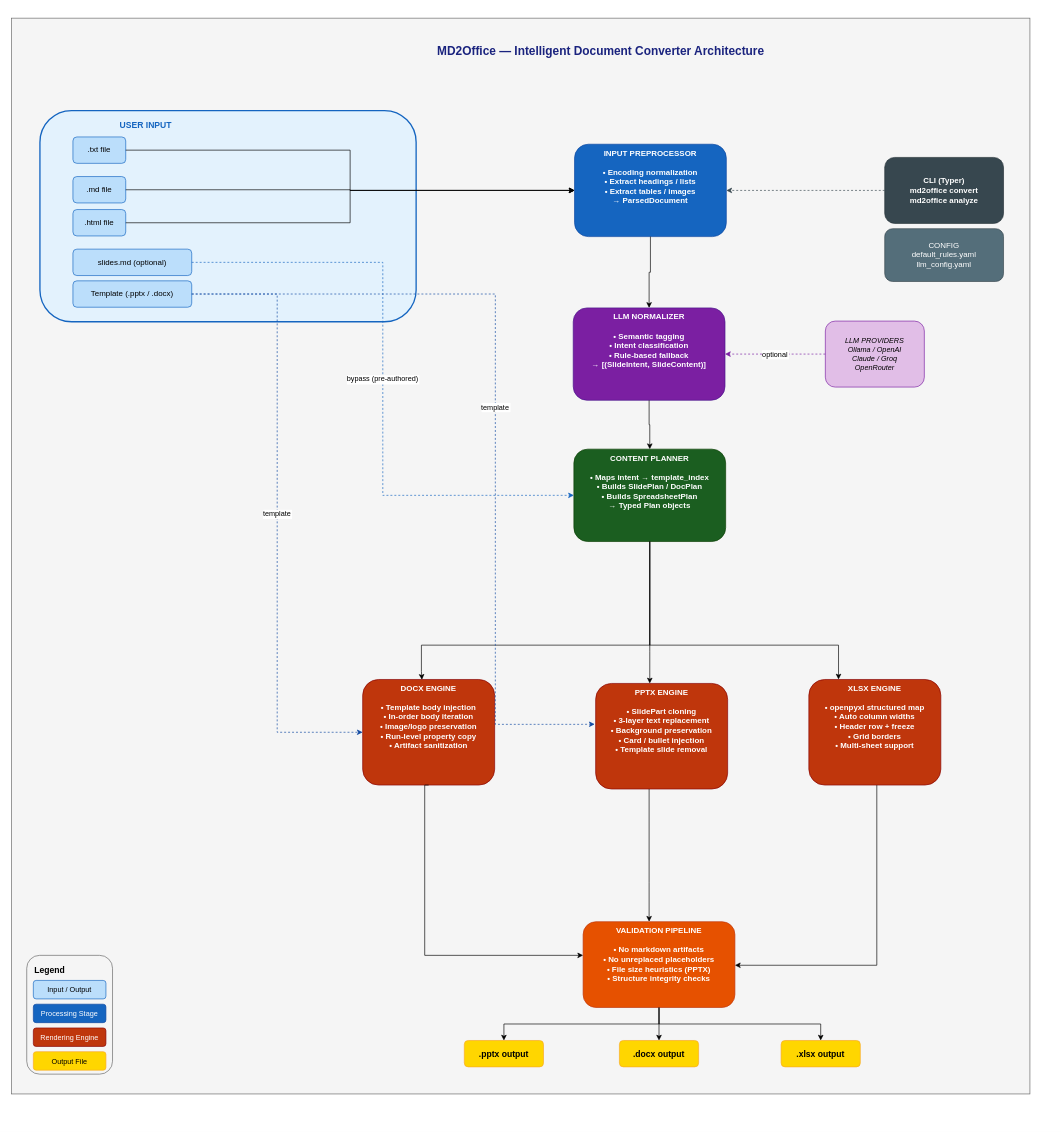
Above: docs/architecture.drawio in sage-khan/text2officeprocessor (draw.io), before the change. Source tidied: cells renumbered, new cells numbered last; positions are measured from the earlier drawing's top-left corner, leaving out a move shared by most shapes. Both pictures are drawn from the tidied source at 66%, with x=0, y=0 at pixel (11, 18).
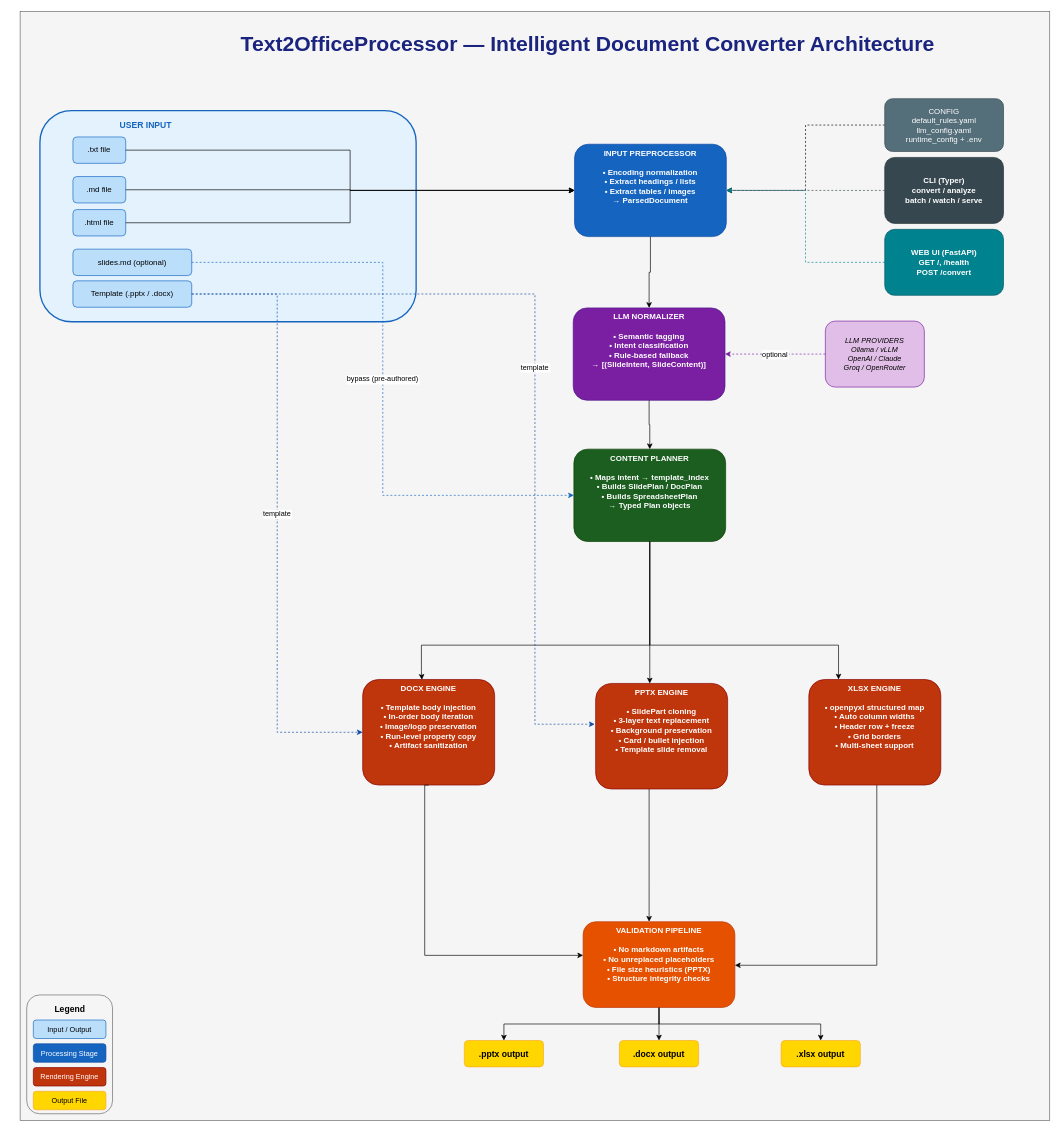
After the change.

Unchanged cells that the change refers to:
```xml
<mxCell id="9" value="Template (.pptx / .docx)" style="rounded=1;whiteSpace=wrap;html=1;fillColor=#bbdefb;strokeColor=#1565c0;fontSize=12;" parent="1" vertex="1">
  <mxGeometry x="93" y="398" width="180" height="40" as="geometry" />
</mxCell>
<mxCell id="11" value="INPUT PREPROCESSOR&#10;&#10;• Encoding normalization&#10;• Extract headings / lists&#10;• Extract tables / images&#10;→ ParsedDocument" style="rounded=1;whiteSpace=wrap;html=1;fillColor=#1565c0;strokeColor=#0d47a1;fontColor=#ffffff;fontSize=12;fontStyle=1;verticalAlign=top;" parent="1" vertex="1">
  <mxGeometry x="853" y="191" width="230" height="140" as="geometry" />
</mxCell>
<mxCell id="22" value="PPTX ENGINE&#10;&#10;• SlidePart cloning&#10;• 3-layer text replacement&#10;• Background preservation&#10;• Card / bullet injection&#10;• Template slide removal" style="rounded=1;whiteSpace=wrap;html=1;fillColor=#bf360c;strokeColor=#870000;fontColor=#ffffff;fontSize=12;fontStyle=1;verticalAlign=top;" parent="1" vertex="1">
  <mxGeometry x="885" y="1008" width="200" height="160" as="geometry" />
</mxCell>
```

The edit, as a diff of the source:
```diff
@@
     <mxCell id="2" style="rounded=0;whiteSpace=wrap;html=1;fillColor=#f5f5f5;fontColor=#333333;strokeColor=#666666;" parent="1" vertex="1">
-      <mxGeometry width="1543" height="1630" as="geometry" />
+      <mxGeometry x="13" y="-10" width="1560" height="1680" as="geometry" />
     </mxCell>
-    <mxCell id="3" value="MD2Office — Intelligent Document Converter Architecture" style="text;html=1;strokeColor=none;fillColor=none;align=center;verticalAlign=middle;whiteSpace=wrap;rounded=0;fontSize=18;fontStyle=1;fontColor=#1a237e;" parent="1" vertex="1">
-      <mxGeometry x="293" y="30" width="1200" height="40" as="geometry" />
+    <mxCell id="3" value="&lt;font style=&quot;font-size: 32px;&quot;&gt;Text2OfficeProcessor — Intelligent Document Converter Architecture&lt;/font&gt;" style="text;html=1;strokeColor=none;fillColor=none;align=center;verticalAlign=middle;whiteSpace=wrap;rounded=0;fontSize=18;fontStyle=1;fontColor=#1a237e;" parent="1" vertex="1">
+      <mxGeometry x="273" y="20" width="1200" height="40" as="geometry" />
     </mxCell>
@@
-    <mxCell id="17" value="LLM PROVIDERS&#10;Ollama / OpenAI&#10;Claude / Groq&#10;OpenRouter" style="rounded=1;whiteSpace=wrap;html=1;fillColor=#e1bee7;strokeColor=#7b1fa2;fontSize=11;fontStyle=2;" parent="1" vertex="1">
+    <mxCell id="17" value="LLM PROVIDERS&#10;Ollama / vLLM&#10;OpenAI / Claude&#10;Groq / OpenRouter" style="rounded=1;whiteSpace=wrap;html=1;fillColor=#e1bee7;strokeColor=#7b1fa2;fontSize=11;fontStyle=2;" parent="1" vertex="1">
       <mxGeometry x="1233" y="459" width="150" height="100" as="geometry" />
     </mxCell>
@@
     <mxCell id="28" value="template" style="edgeStyle=orthogonalEdgeStyle;rounded=0;dashed=1;strokeColor=#0d47a1;entryX=-0.007;entryY=0.386;entryDx=0;entryDy=0;entryPerimeter=0;" parent="1" edge="1" source="9" target="22">
       <mxGeometry relative="1" as="geometry">
         <Array as="points">
-          <mxPoint x="733" y="418" />
-          <mxPoint x="733" y="1070" />
-          <mxPoint x="865" y="1070" />
+          <mxPoint x="793" y="418" />
+          <mxPoint x="793" y="1070" />
         </Array>
       </mxGeometry>
     </mxCell>
@@
-    <mxCell id="40" value="CLI (Typer)&#10;md2office convert&#10;md2office analyze" style="rounded=1;whiteSpace=wrap;html=1;fillColor=#37474f;strokeColor=#263238;fontColor=#ffffff;fontSize=12;fontStyle=1;" parent="1" vertex="1">
+    <mxCell id="40" value="CLI (Typer)&#10;convert / analyze&#10;batch / watch / serve" style="rounded=1;whiteSpace=wrap;html=1;fillColor=#37474f;strokeColor=#263238;fontColor=#ffffff;fontSize=12;fontStyle=1;" parent="1" vertex="1">
       <mxGeometry x="1323" y="211" width="180" height="100" as="geometry" />
     </mxCell>
@@
+    <mxCell id="50" style="edgeStyle=orthogonalEdgeStyle;rounded=0;jettySize=auto;html=1;dashed=1;" parent="1" edge="1" source="42" target="11">
+      <mxGeometry relative="1" as="geometry" />
+    </mxCell>
-    <mxCell id="42" value="CONFIG&#10;default_rules.yaml&#10;llm_config.yaml" style="rounded=1;whiteSpace=wrap;html=1;fillColor=#546e7a;strokeColor=#37474f;fontColor=#ffffff;fontSize=12;" parent="1" vertex="1">
-      <mxGeometry x="1323" y="319" width="180" height="80" as="geometry" />
+    <mxCell id="42" value="CONFIG&#10;default_rules.yaml&#10;llm_config.yaml&#10;runtime_config + .env" style="rounded=1;whiteSpace=wrap;html=1;fillColor=#546e7a;strokeColor=#37474f;fontColor=#ffffff;fontSize=12;" parent="1" vertex="1">
+      <mxGeometry x="1323" y="122" width="180" height="80" as="geometry" />
     </mxCell>
+    <mxCell id="51" value="WEB UI (FastAPI)&#10;GET /, /health&#10;POST /convert" style="rounded=1;whiteSpace=wrap;html=1;fillColor=#00838f;strokeColor=#005662;fontColor=#ffffff;fontSize=12;fontStyle=1;" parent="1" vertex="1">
+      <mxGeometry x="1323" y="320" width="180" height="100" as="geometry" />
+    </mxCell>
+    <mxCell id="52" style="edgeStyle=orthogonalEdgeStyle;rounded=0;dashed=1;strokeColor=#00838f;" parent="1" edge="1" source="51" target="11">
+      <mxGeometry relative="1" as="geometry" />
+    </mxCell>
     <mxCell id="43" style="group;" parent="1" vertex="1">
-      <mxGeometry x="23" y="1420" width="130" height="180" as="geometry" />
+      <mxGeometry x="23" y="1480" width="130" height="180" as="geometry" />
     </mxCell>
@@
-    <mxCell id="45" value="Legend" style="text;html=1;fontStyle=1;fontSize=13;align=left;" parent="43" vertex="1">
-      <mxGeometry x="10" y="8" width="100" height="24" as="geometry" />
+    <mxCell id="45" value="Legend" style="text;html=1;fontStyle=1;fontSize=13;align=center;" parent="43" vertex="1">
+      <mxGeometry x="15" y="8" width="100" height="24" as="geometry" />
     </mxCell>
```
